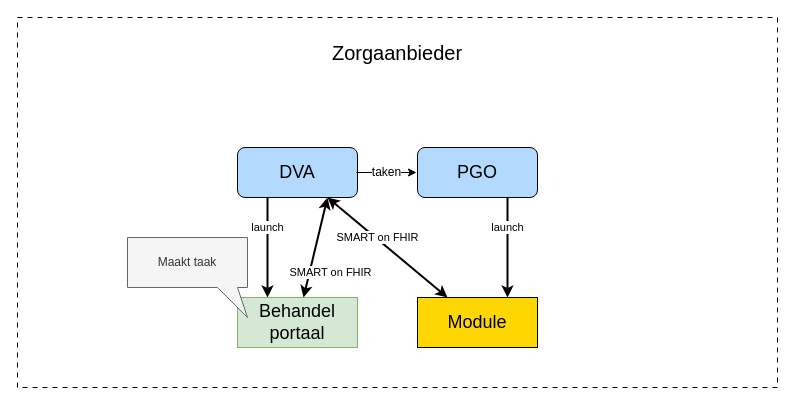
KoppelMij/koppelmij-designs keeps this draw.io diagram as input/images/koppeltaal/optie5.drawio. Above is the earlier version. Source tidied: cells renumbered, new cells numbered last; positions are measured from the earlier drawing's top-left corner, leaving out a move shared by most shapes. Both pictures are drawn from the tidied source at 100%, with x=0, y=0 at pixel (17, 17).
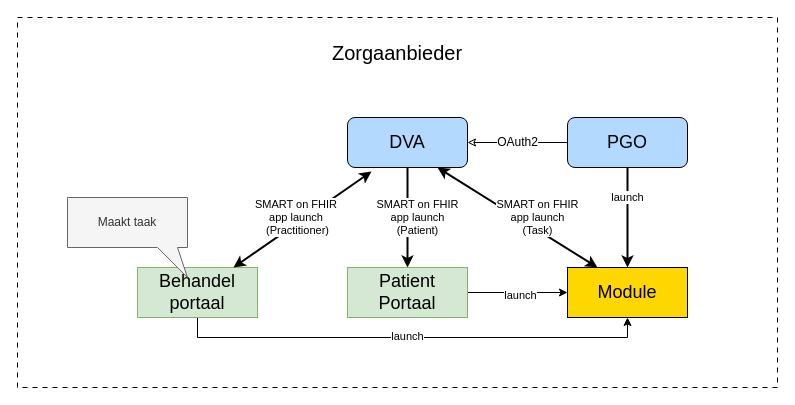
The same diagram, later.

The edit, as a diff of the source:
```diff
@@
 <mxGraphModel>
   <root>
     <mxCell id="0" />
     <mxCell id="1" parent="0" />
     <mxCell id="2" style="rounded=0;whiteSpace=wrap;html=1;dashed=1;dashPattern=5 5;fillColor=none;strokeColor=#000000;" parent="1" vertex="1">
       <mxGeometry width="760" height="370" as="geometry" />
     </mxCell>
     <mxCell id="3" value="Zorgaanbieder" style="text;html=1;strokeColor=none;fillColor=none;align=center;verticalAlign=middle;whiteSpace=wrap;rounded=0;fontSize=20;fontStyle=0;" parent="1" vertex="1">
       <mxGeometry x="320" y="20" width="120" height="30" as="geometry" />
     </mxCell>
     <mxCell id="4" value="DVA" style="rounded=1;whiteSpace=wrap;html=1;fillColor=#B3D9FF;strokeColor=#000000;fontSize=18;arcSize=15;" parent="1" vertex="1">
-      <mxGeometry x="220" y="130" width="120" height="50" as="geometry" />
+      <mxGeometry x="330" y="100" width="120" height="50" as="geometry" />
     </mxCell>
     <mxCell id="5" value="PGO" style="rounded=1;whiteSpace=wrap;html=1;fillColor=#B3D9FF;strokeColor=#000000;fontSize=18;arcSize=15;" parent="1" vertex="1">
-      <mxGeometry x="400" y="130" width="120" height="50" as="geometry" />
+      <mxGeometry x="550" y="100" width="120" height="50" as="geometry" />
     </mxCell>
     <mxCell id="6" value="Module" style="rounded=0;whiteSpace=wrap;html=1;fillColor=#FFD700;strokeColor=#000000;fontSize=18;" parent="1" vertex="1">
-      <mxGeometry x="400" y="280" width="120" height="50" as="geometry" />
+      <mxGeometry x="550" y="250" width="120" height="50" as="geometry" />
     </mxCell>
-    <mxCell id="7" value="taken" style="edgeStyle=orthogonalEdgeStyle;rounded=0;orthogonalLoop=1;jettySize=auto;html=1;exitX=1;exitY=0.5;exitDx=0;exitDy=0;entryX=0;entryY=0.5;entryDx=0;entryDy=0;strokeColor=#000000;fontSize=12;" parent="1" edge="1">
-      <mxGeometry relative="1" as="geometry">
-        <mxPoint x="339" y="155" as="sourcePoint" />
-        <mxPoint x="399" y="155" as="targetPoint" />
-      </mxGeometry>
+    <mxCell id="7" value="OAuth2" style="edgeStyle=orthogonalEdgeStyle;rounded=0;jettySize=auto;html=1;exitX=1;exitY=0.5;exitDx=0;exitDy=0;strokeColor=#000000;fontSize=12;startArrow=classic;startFill=0;endArrow=none;entryX=0;entryY=0.5;entryDx=0;entryDy=0;" parent="1" edge="1" source="4" target="5">
+      <mxGeometry relative="1" as="geometry" />
     </mxCell>
-    <mxCell id="8" value="SMART on FHIR" style="rounded=0;jettySize=auto;html=1;exitX=0.75;exitY=1;exitDx=0;exitDy=0;entryX=0.25;entryY=0;entryDx=0;entryDy=0;strokeColor=#000000;strokeWidth=2;fontSize=11;startArrow=classic;startFill=1;" parent="1" edge="1" source="4" target="6">
-      <mxGeometry x="-0.18" y="1" relative="1" as="geometry" />
+    <mxCell id="8" value="SMART on FHIR&lt;div&gt;app launch&lt;/div&gt;&lt;div&gt;(Task)&lt;/div&gt;" style="rounded=0;jettySize=auto;html=1;exitX=0.75;exitY=1;exitDx=0;exitDy=0;entryX=0.25;entryY=0;entryDx=0;entryDy=0;strokeColor=#000000;strokeWidth=2;fontSize=11;startArrow=classic;startFill=1;" parent="1" edge="1" source="4" target="6">
+      <mxGeometry x="0.18" y="11" relative="1" as="geometry" />
     </mxCell>
-    <mxCell id="9" value="launch" style="rounded=0;jettySize=auto;html=1;exitX=0.75;exitY=1;exitDx=0;exitDy=0;strokeColor=#000000;strokeWidth=2;fontSize=11;entryX=0.75;entryY=0;entryDx=0;entryDy=0;" parent="1" edge="1" source="5" target="6">
+    <mxCell id="9" value="launch" style="rounded=0;jettySize=auto;html=1;exitX=0.5;exitY=1;exitDx=0;exitDy=0;strokeColor=#000000;strokeWidth=2;fontSize=11;entryX=0.5;entryY=0;entryDx=0;entryDy=0;" parent="1" edge="1" source="5" target="6">
       <mxGeometry x="-0.4" relative="1" as="geometry" />
     </mxCell>
+    <mxCell id="14" style="edgeStyle=orthogonalEdgeStyle;rounded=0;jettySize=auto;html=1;entryX=0.5;entryY=1;entryDx=0;entryDy=0;exitX=0.5;exitY=1;exitDx=0;exitDy=0;" parent="1" edge="1" source="10" target="6">
+      <mxGeometry relative="1" as="geometry" />
+    </mxCell>
+    <mxCell id="15" value="launch" style="edgeLabel;html=1;align=center;verticalAlign=middle;" parent="14" vertex="1">
+      <mxGeometry x="0.03" y="2" relative="1" as="geometry">
+        <mxPoint x="-13" as="offset" />
+      </mxGeometry>
+    </mxCell>
     <mxCell id="10" value="Behandel&lt;div&gt;portaal&lt;/div&gt;" style="rounded=0;whiteSpace=wrap;html=1;fillColor=#d5e8d4;strokeColor=#82b366;fontSize=18;" parent="1" vertex="1">
-      <mxGeometry x="220" y="280" width="120" height="50" as="geometry" />
+      <mxGeometry x="120" y="250" width="120" height="50" as="geometry" />
     </mxCell>
-    <mxCell id="11" value="SMART on FHIR" style="rounded=0;jettySize=auto;html=1;exitX=0.75;exitY=1;exitDx=0;exitDy=0;strokeColor=#000000;strokeWidth=2;fontSize=11;startArrow=classic;startFill=1;" parent="1" edge="1" source="4" target="10">
-      <mxGeometry x="0.4" y="20" relative="1" as="geometry" />
+    <mxCell id="11" value="SMART on FHIR&amp;nbsp;&lt;div&gt;app launch&amp;nbsp;&lt;/div&gt;&lt;div&gt;(Practitioner)&lt;/div&gt;" style="rounded=0;jettySize=auto;html=1;exitX=0.2;exitY=1.08;exitDx=0;exitDy=0;strokeColor=#000000;strokeWidth=2;fontSize=11;startArrow=classic;startFill=1;exitPerimeter=0;" parent="1" edge="1" source="4" target="10">
+      <mxGeometry x="0.04" y="-4" relative="1" as="geometry" />
     </mxCell>
-    <mxCell id="12" value="launch" style="rounded=0;jettySize=auto;html=1;exitX=0.25;exitY=1;exitDx=0;exitDy=0;strokeColor=#000000;strokeWidth=2;fontSize=11;entryX=0.25;entryY=0;entryDx=0;entryDy=0;" parent="1" edge="1" source="4" target="10">
-      <mxGeometry x="-0.4" relative="1" as="geometry" />
+    <mxCell id="12" value="SMART on FHIR&lt;div&gt;app launch&lt;/div&gt;&lt;div&gt;(Patient)&lt;/div&gt;" style="rounded=0;jettySize=auto;html=1;exitX=0.5;exitY=1;exitDx=0;exitDy=0;strokeColor=#000000;strokeWidth=2;fontSize=11;entryX=0.5;entryY=0;entryDx=0;entryDy=0;" parent="1" edge="1" source="4" target="18">
+      <mxGeometry y="10" relative="1" as="geometry" />
     </mxCell>
     <mxCell id="13" value="Maakt taak" style="shape=callout;whiteSpace=wrap;html=1;perimeter=calloutPerimeter;fillColor=#f5f5f5;strokeColor=#666666;fontColor=#333333;position2=1;base=20;size=30;position=0.75;" parent="1" vertex="1">
-      <mxGeometry x="110" y="220" width="120" height="80" as="geometry" />
+      <mxGeometry x="50" y="180" width="120" height="80" as="geometry" />
     </mxCell>
+    <mxCell id="16" style="edgeStyle=orthogonalEdgeStyle;rounded=0;jettySize=auto;html=1;entryX=0;entryY=0.5;entryDx=0;entryDy=0;" parent="1" edge="1" source="18" target="6">
+      <mxGeometry relative="1" as="geometry" />
+    </mxCell>
+    <mxCell id="17" value="launch" style="edgeLabel;html=1;align=center;verticalAlign=middle;" parent="16" vertex="1">
+      <mxGeometry x="0.03" y="-2" relative="1" as="geometry" />
+    </mxCell>
+    <mxCell id="18" value="Patient Portaal" style="rounded=0;whiteSpace=wrap;html=1;fillColor=#d5e8d4;strokeColor=#82b366;fontSize=18;" parent="1" vertex="1">
+      <mxGeometry x="330" y="250" width="120" height="50" as="geometry" />
+    </mxCell>
   </root>
 </mxGraphModel>
```
